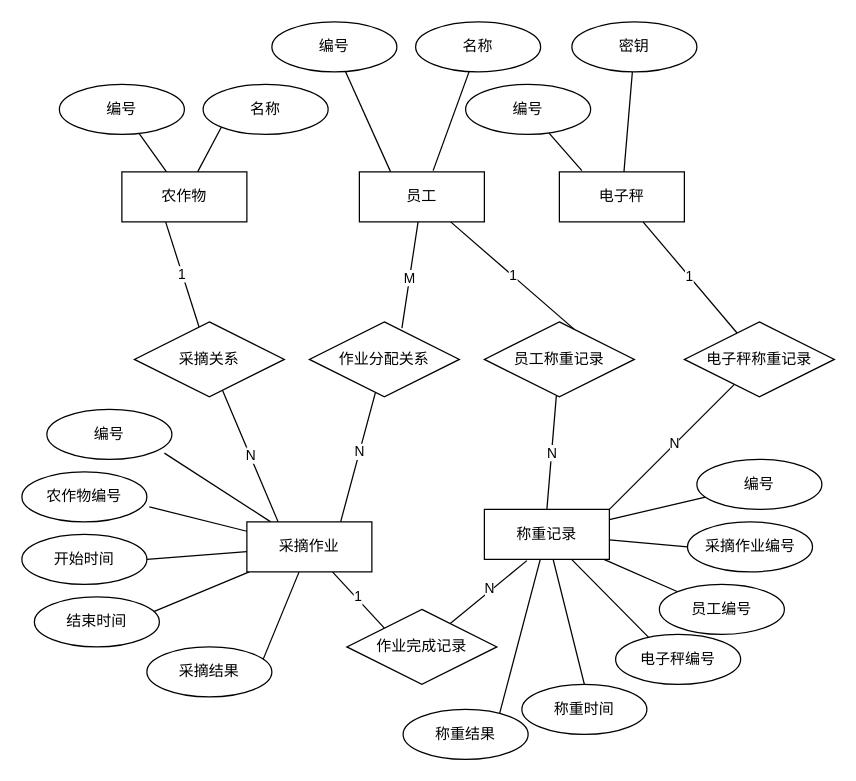
The draw.io diagram design/数据库设计-ER.dio in akynazh/aws, before the edit. Source tidied: cells renumbered, new cells numbered last; positions are measured from the earlier drawing's top-left corner, leaving out a move shared by most shapes. Both pictures are drawn from the tidied source at 125%, with x=0, y=0 at pixel (21, 21).
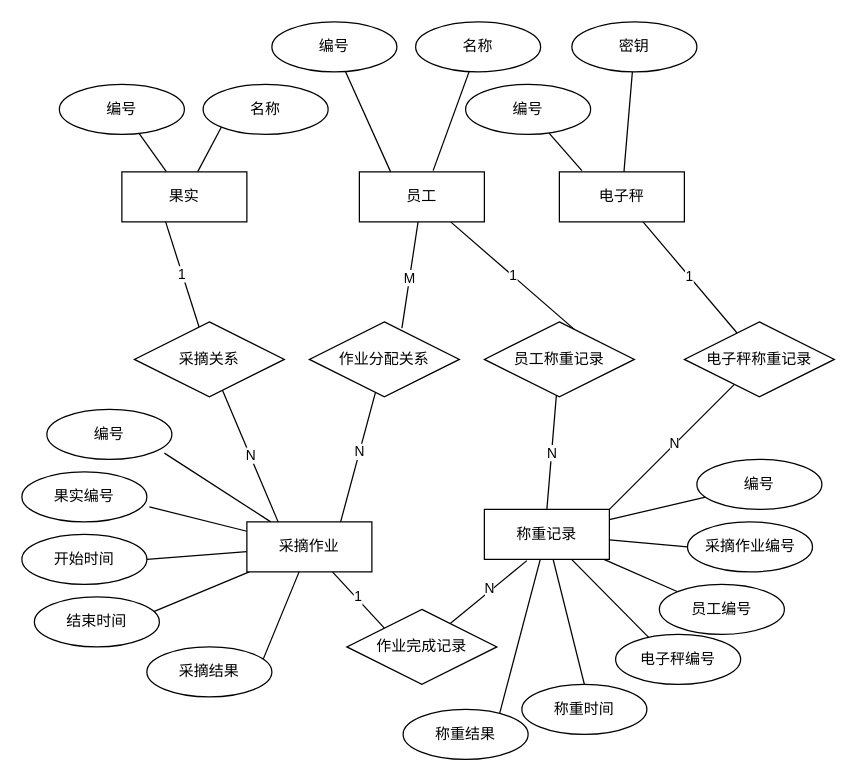
The same diagram, later.

The edit, as a diff of the source:
```diff
@@
-    <mxCell id="4" value="农作物" style="whiteSpace=wrap;html=1;align=center;" parent="1" vertex="1">
+    <mxCell id="4" value="果实" style="whiteSpace=wrap;html=1;align=center;" parent="1" vertex="1">
       <mxGeometry x="80" y="120" width="100" height="40" as="geometry" />
     </mxCell>
@@
-    <mxCell id="55" value="农作物编号" style="ellipse;whiteSpace=wrap;html=1;align=center;" parent="1" vertex="1">
+    <mxCell id="55" value="果实编号" style="ellipse;whiteSpace=wrap;html=1;align=center;" parent="1" vertex="1">
       <mxGeometry y="360" width="100" height="40" as="geometry" />
     </mxCell>
```
